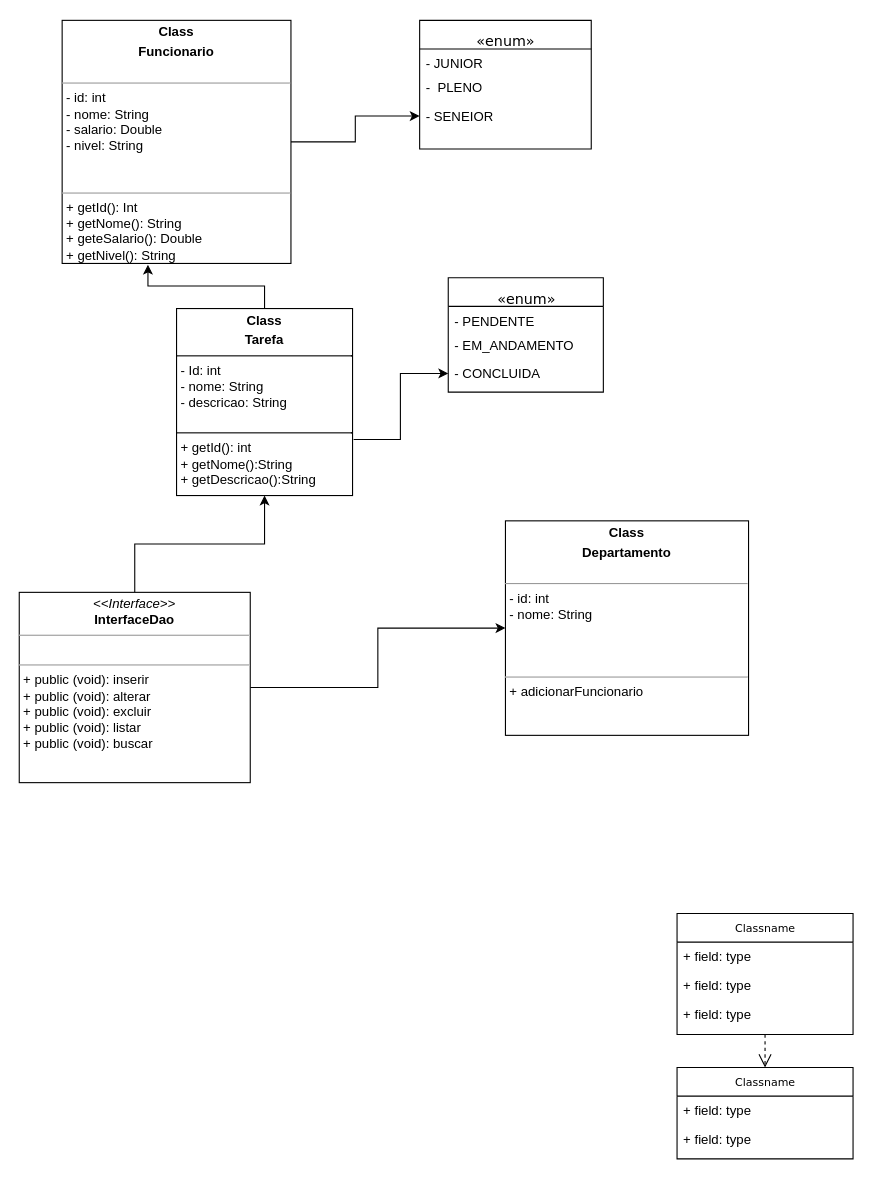
The draw.io diagram Untitled Diagram.drawio in dev-wallace/Projeto-livraria, before the edit. Source tidied: cells renumbered, new cells numbered last; positions are measured from the earlier drawing's top-left corner, leaving out a move shared by most shapes. Both pictures are drawn from the tidied source at 110%, with x=0, y=0 at pixel (19, 20).
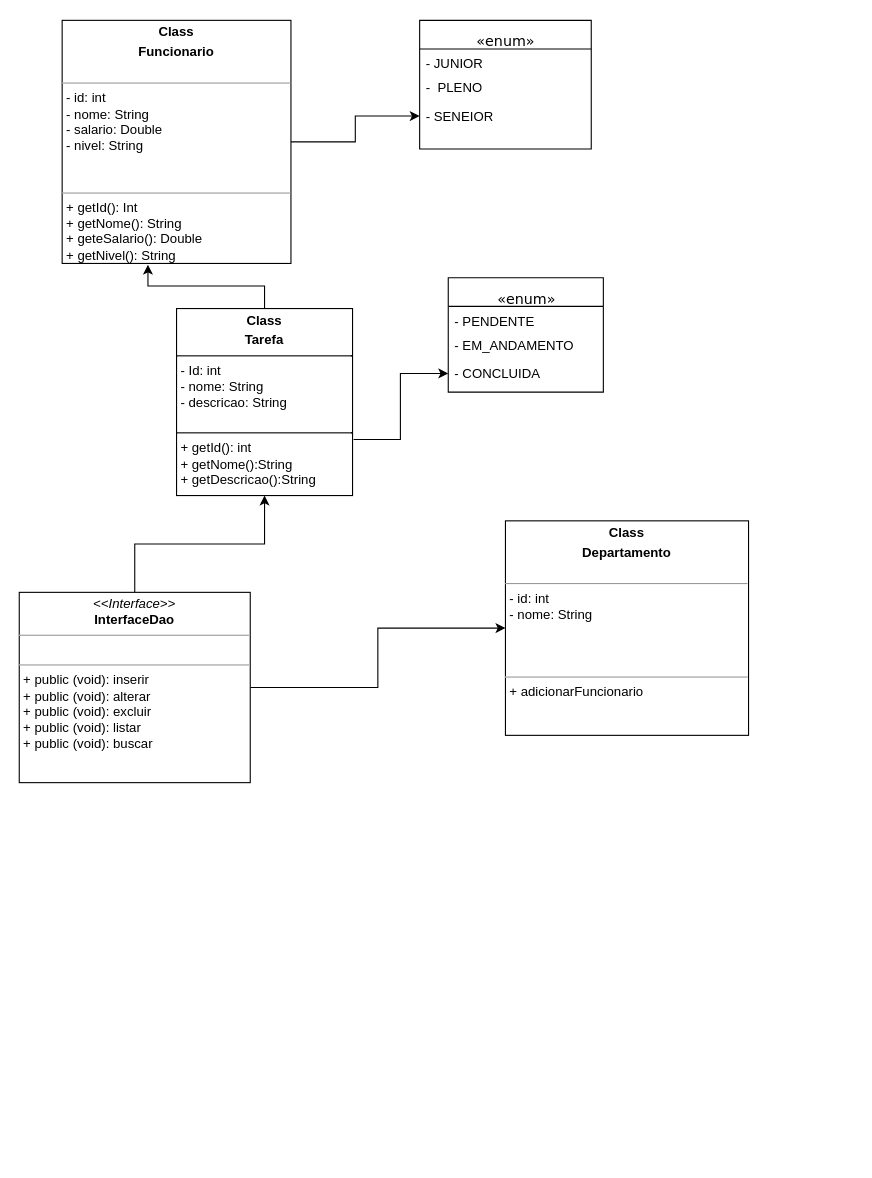
The same diagram, later.

Diff of the diagram source:
```diff
@@
-    <mxCell id="6" value="Classname" style="swimlane;html=1;fontStyle=0;horizontal=1;startSize=26;fillColor=none;swimlaneFillColor=#ffffff;rounded=0;shadow=0;comic=0;labelBackgroundColor=none;strokeWidth=1;fontFamily=Verdana;fontSize=10;align=center;" parent="1" vertex="1">
-      <mxGeometry x="598" y="952" width="160" height="83" as="geometry" />
-    </mxCell>
-    <mxCell id="7" value="+ field: type" style="text;html=1;strokeColor=none;fillColor=none;align=left;verticalAlign=top;spacingLeft=4;spacingRight=4;whiteSpace=wrap;overflow=hidden;" parent="6" vertex="1">
-      <mxGeometry y="26" width="160" height="26" as="geometry" />
-    </mxCell>
-    <mxCell id="8" value="+ field: type" style="text;html=1;strokeColor=none;fillColor=none;align=left;verticalAlign=top;spacingLeft=4;spacingRight=4;whiteSpace=wrap;overflow=hidden;" parent="6" vertex="1">
-      <mxGeometry y="52" width="160" height="26" as="geometry" />
-    </mxCell>
-    <mxCell id="9" style="edgeStyle=orthogonalEdgeStyle;rounded=0;html=1;dashed=1;labelBackgroundColor=none;startFill=0;endArrow=open;endFill=0;endSize=10;fontFamily=Verdana;fontSize=10;" parent="1" edge="1" source="10" target="6">
-      <mxGeometry relative="1" as="geometry" />
-    </mxCell>
-    <mxCell id="10" value="Classname" style="swimlane;html=1;fontStyle=0;horizontal=1;startSize=26;fillColor=none;swimlaneFillColor=#ffffff;rounded=0;shadow=0;comic=0;labelBackgroundColor=none;strokeWidth=1;fontFamily=Verdana;fontSize=10;align=center;" parent="1" vertex="1">
-      <mxGeometry x="598" y="812" width="160" height="110" as="geometry" />
-    </mxCell>
-    <mxCell id="11" value="+ field: type" style="text;html=1;strokeColor=none;fillColor=none;align=left;verticalAlign=top;spacingLeft=4;spacingRight=4;whiteSpace=wrap;overflow=hidden;" parent="10" vertex="1">
-      <mxGeometry y="26" width="160" height="26" as="geometry" />
-    </mxCell>
-    <mxCell id="12" value="+ field: type" style="text;html=1;strokeColor=none;fillColor=none;align=left;verticalAlign=top;spacingLeft=4;spacingRight=4;whiteSpace=wrap;overflow=hidden;" parent="10" vertex="1">
-      <mxGeometry y="52" width="160" height="26" as="geometry" />
-    </mxCell>
-    <mxCell id="13" value="+ field: type" style="text;html=1;strokeColor=none;fillColor=none;align=left;verticalAlign=top;spacingLeft=4;spacingRight=4;whiteSpace=wrap;overflow=hidden;" parent="10" vertex="1">
-      <mxGeometry y="78" width="160" height="26" as="geometry" />
-    </mxCell>
```
